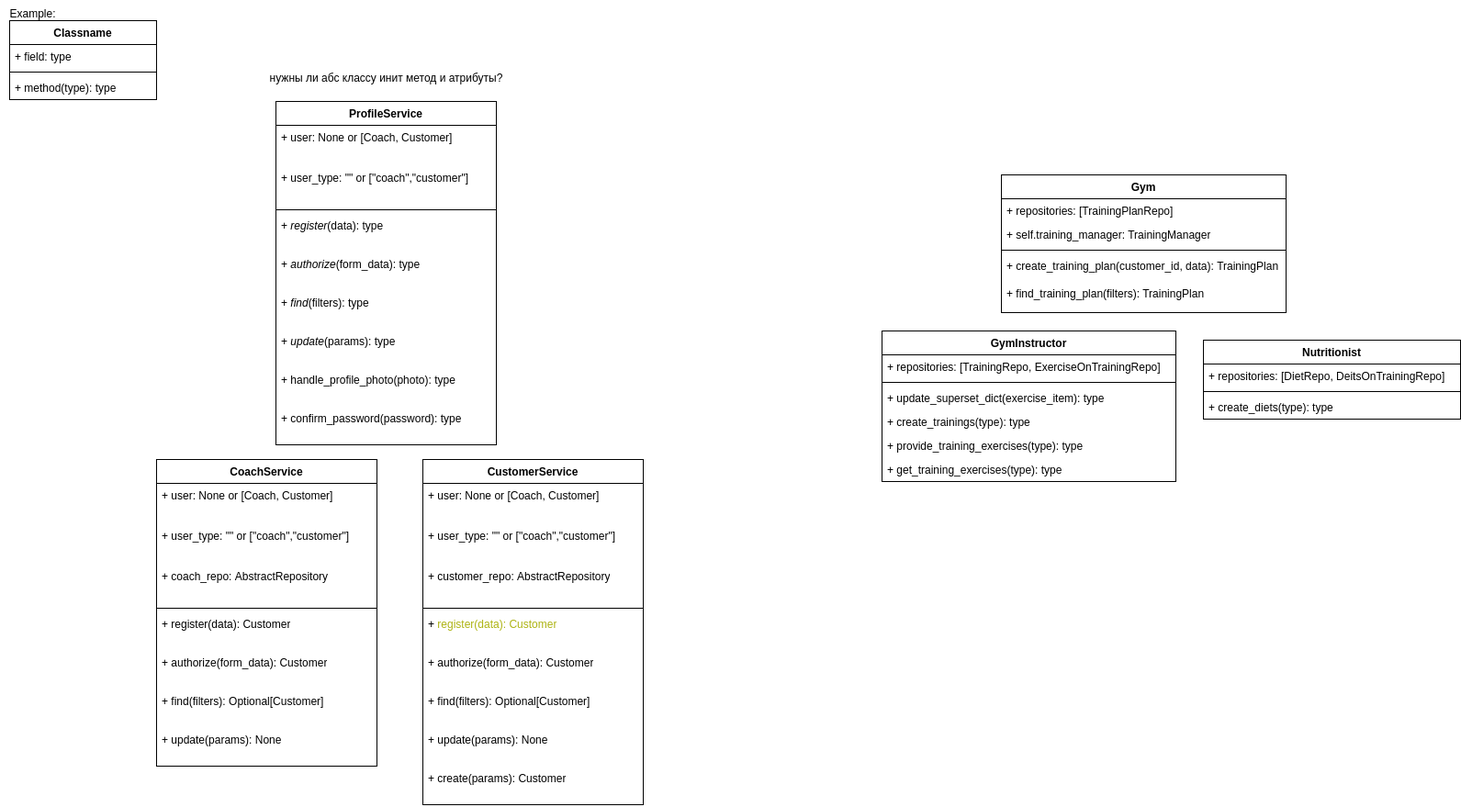
The draw.io diagram backend_architecture.drawio.png in baydinvladislav/as-coach, before a commit. Source tidied: cells renumbered, new cells last; positions are measured from the earlier drawing's top-left corner, leaving out a move shared by most shapes.
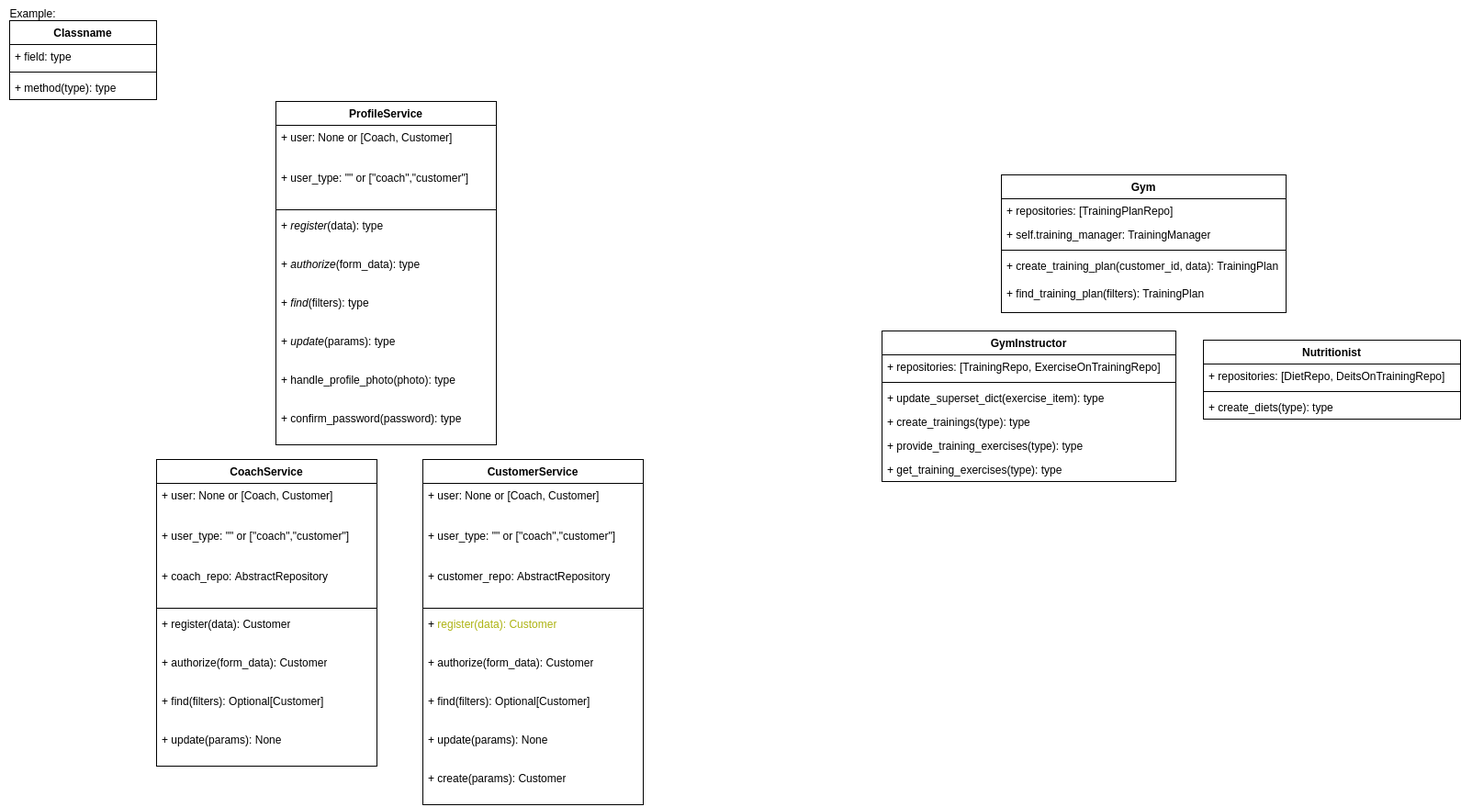
The same file after the commit.

The edit, as a diff of the source:
```diff
@@ -77,9 +77,6 @@
     <mxCell id="26" value="+ create_diets(type): type" style="text;strokeColor=none;fillColor=none;align=left;verticalAlign=top;spacingLeft=4;spacingRight=4;overflow=hidden;whiteSpace=wrap;html=1;labelBackgroundColor=none;" parent="23" vertex="1">
       <mxGeometry y="60" width="280" height="26" as="geometry" />
     </mxCell>
-    <mxCell id="27" value="нужны ли абс классу инит метод и атрибуты?" style="text;html=1;align=center;verticalAlign=middle;strokeColor=none;fillColor=none;labelBackgroundColor=none;" parent="1" vertex="1">
-      <mxGeometry x="280" y="70" width="280" height="30" as="geometry" />
-    </mxCell>
     <mxCell id="28" value="CoachService" style="swimlane;fontStyle=1;align=center;verticalAlign=top;horizontal=1;startSize=26;whiteSpace=wrap;html=1;labelBackgroundColor=none;" parent="1" vertex="1">
       <mxGeometry x="170" y="500" width="240" height="334" as="geometry" />
     </mxCell>
```
